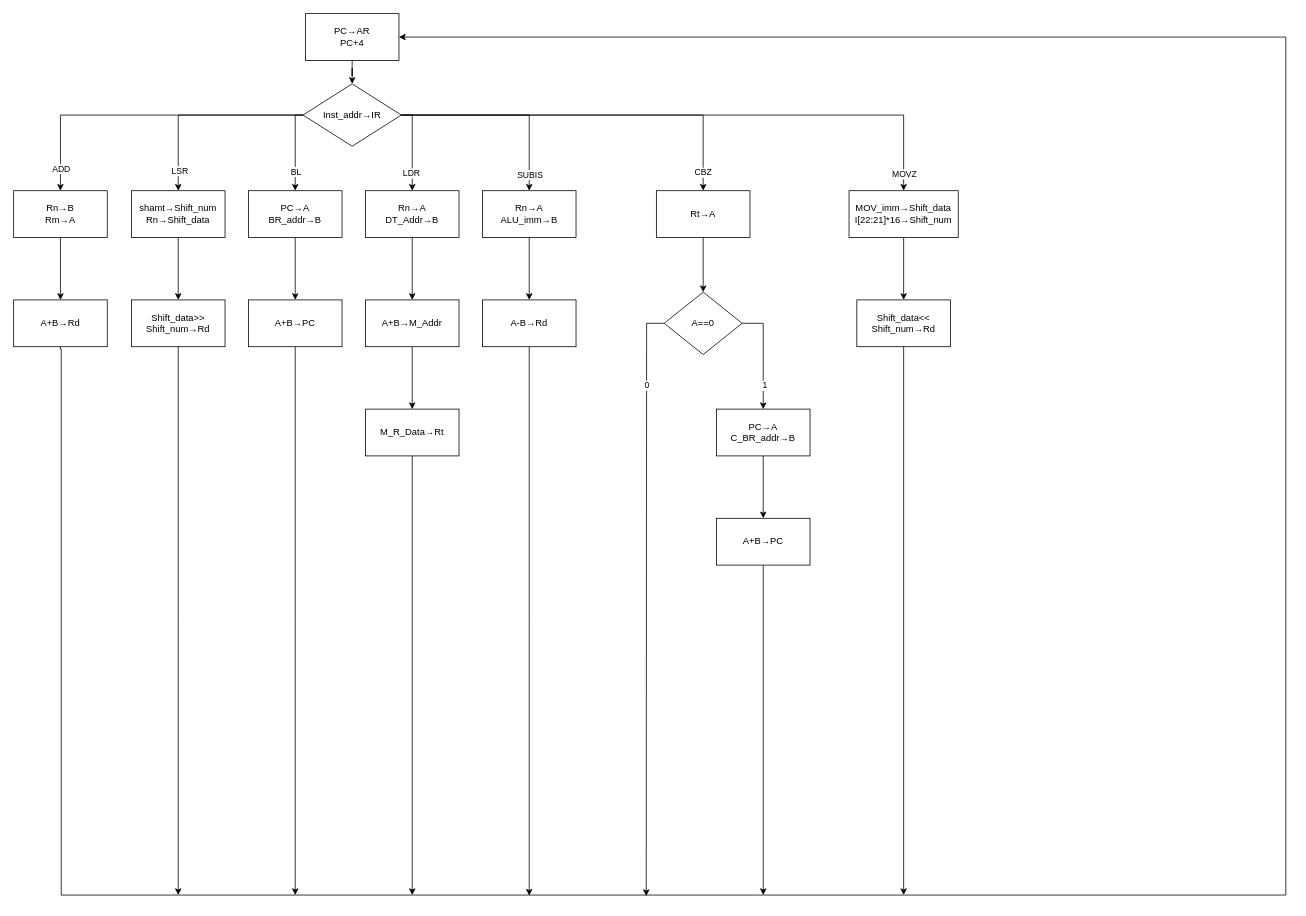
Above: hdu2021ComputerOrganization/20210612/指令执行流程图.drawio in KaizynX/MySmallProjects (draw.io), before the change. Source tidied: cells renumbered, new cells numbered last; positions are measured from the earlier drawing's top-left corner, leaving out a move shared by most shapes. Both pictures are drawn from the tidied source at 78%, with x=0, y=0 at pixel (13, 13).
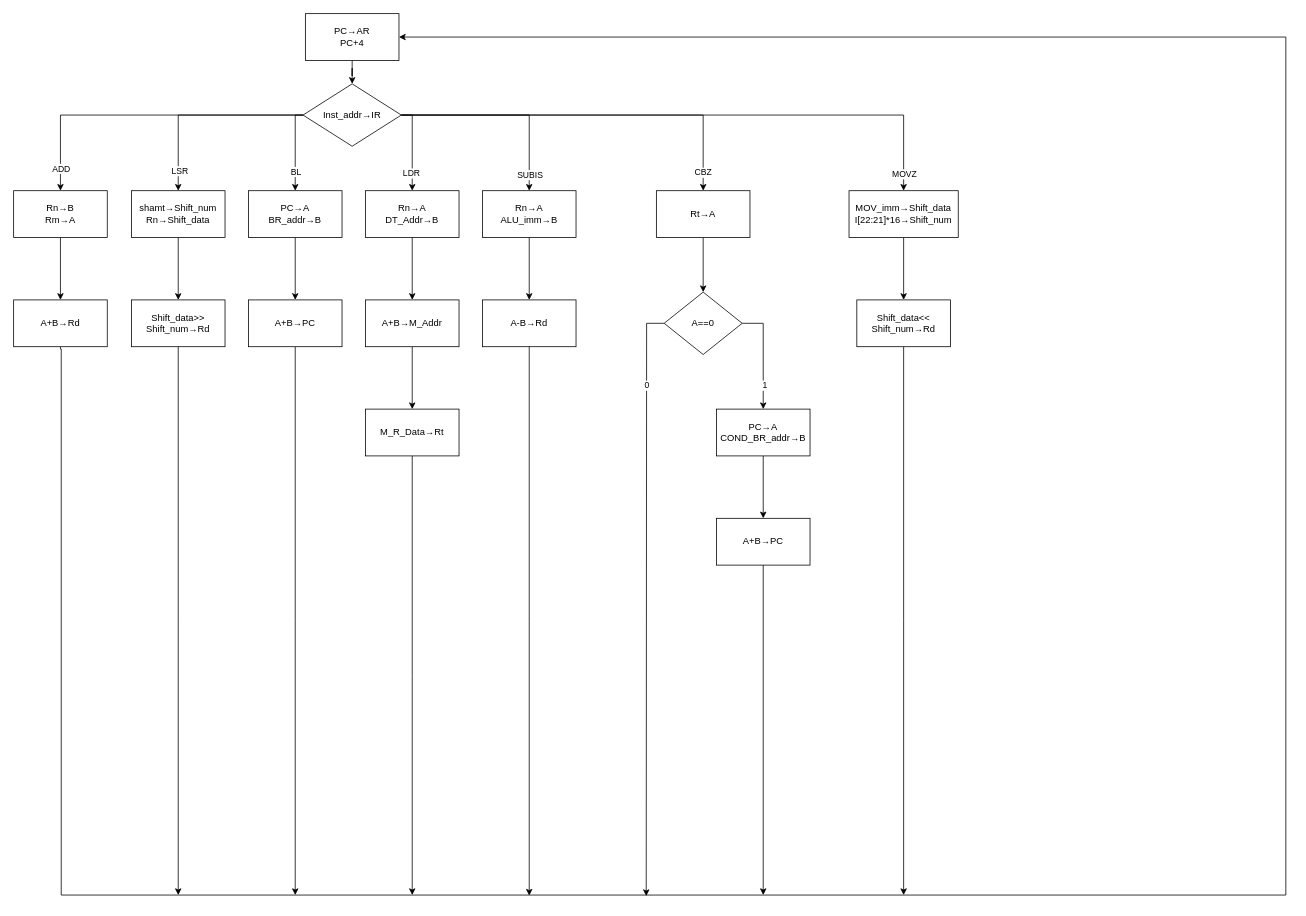
Above is the later version.

Change to the diagram source:
```diff
@@
-    <mxCell id="46" value="&lt;span&gt;PC&lt;/span&gt;→A&lt;br&gt;C_BR_addr→B" style="whiteSpace=wrap;html=1;" parent="1" vertex="1">
+    <mxCell id="46" value="&lt;span&gt;PC&lt;/span&gt;→A&lt;br&gt;COND_BR_addr→B" style="whiteSpace=wrap;html=1;" parent="1" vertex="1">
       <mxGeometry x="901" y="507" width="120" height="60" as="geometry" />
     </mxCell>
```
